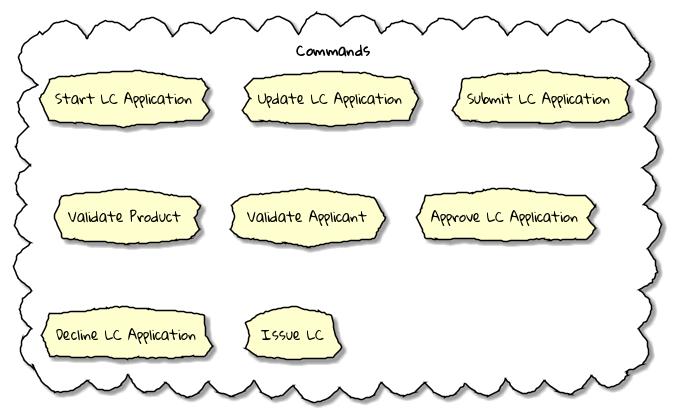
Earlier version of the PlantUML export images/potential-commands.png (ddd-book-java/prem-website). The source it was exported from:
```plantuml
@startuml
skinparam handwritten true
skinparam CloudFontName "Gloria Hallelujah"
cloud Commands {
    cloud "Start LC Application"
    cloud "Update LC Application"
    cloud "Submit LC Application"
    cloud "Validate Product"
    cloud "Validate Applicant"
    cloud "Approve LC Application"
    cloud "Decline LC Application"
    cloud "Issue LC"
}
@enduml
```
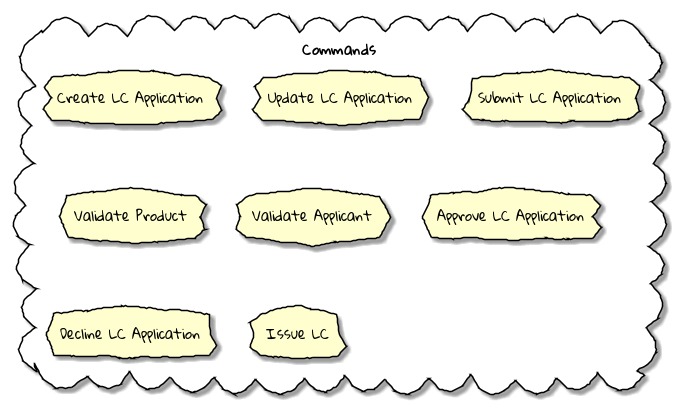
After the commit.

Change to the diagram source:
```diff
@@ -2,7 +2,7 @@
 skinparam handwritten true
 skinparam CloudFontName "Gloria Hallelujah"
 cloud Commands {
-    cloud "Start LC Application"
+    cloud "Create LC Application"
     cloud "Update LC Application"
     cloud "Submit LC Application"
     cloud "Validate Product"
```
